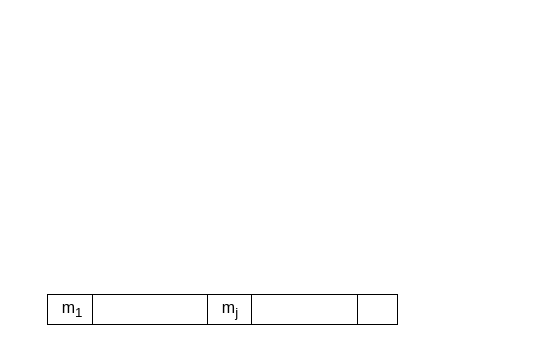
Before: Untitled Diagram.drawio in ServantEmiya/-, a draw.io diagram. Source tidied: cells renumbered, new cells numbered last; positions are measured from the earlier drawing's top-left corner, leaving out a move shared by most shapes. Both pictures are drawn from the tidied source at 100%, with x=0, y=0 at pixel (47, 294).
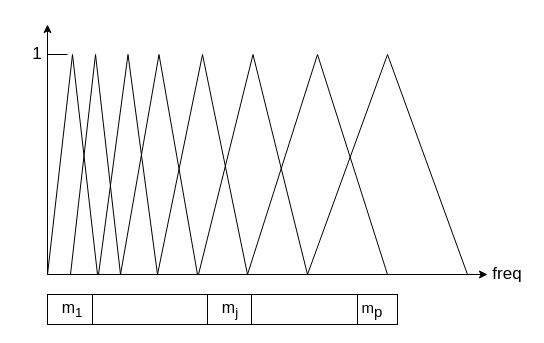
Above is the later version.

Unchanged cells that the change refers to:
```xml
<mxCell id="3" style="group;" parent="2" vertex="1">
  <mxGeometry width="350" height="30" as="geometry" />
</mxCell>
```

Change to the diagram source:
```diff
@@
-    <mxCell id="2" style="group;" parent="1" vertex="1">
+    <mxCell id="2" style="group;fontSize=16;" parent="1" vertex="1">
       <mxGeometry width="350" height="30" as="geometry" />
     </mxCell>
@@
-    <mxCell id="7" style="endArrow=none;html=1;fontSize=16;" parent="3" edge="1">
+    <mxCell id="7" style="endArrow=none;html=1;fontSize=15;" parent="3" edge="1">
       <mxGeometry relative="1" as="geometry">
         <mxPoint x="310" y="30" as="sourcePoint" />
         <mxPoint x="310" as="targetPoint" />
       </mxGeometry>
     </mxCell>
@@
+    <mxCell id="11" value="m&lt;sub style=&quot;font-size: 15px;&quot;&gt;p&lt;/sub&gt;" style="text;html=1;strokeColor=none;fillColor=none;align=center;verticalAlign=middle;whiteSpace=wrap;rounded=0;fontSize=15;" parent="3" vertex="1">
+      <mxGeometry x="305" y="5" width="40" height="20" as="geometry" />
+    </mxCell>
@@
+    <mxCell id="12" style="endArrow=classic;html=1;fontSize=15;" parent="1" edge="1">
+      <mxGeometry relative="1" as="geometry">
+        <mxPoint y="-20" as="sourcePoint" />
+        <mxPoint y="-270" as="targetPoint" />
+      </mxGeometry>
+    </mxCell>
+    <mxCell id="13" style="endArrow=classic;html=1;fontSize=15;" parent="1" edge="1">
+      <mxGeometry relative="1" as="geometry">
+        <mxPoint y="-20" as="sourcePoint" />
+        <mxPoint x="440" y="-20" as="targetPoint" />
+      </mxGeometry>
+    </mxCell>
+    <mxCell id="14" style="triangle;whiteSpace=wrap;html=1;fontSize=15;direction=north;fillColor=none;" parent="1" vertex="1">
+      <mxGeometry y="-240" width="50" height="220" as="geometry" />
+    </mxCell>
+    <mxCell id="15" style="endArrow=none;html=1;fontSize=15;" parent="1" edge="1">
+      <mxGeometry relative="1" as="geometry">
+        <mxPoint y="-240" as="sourcePoint" />
+        <mxPoint x="20" y="-240" as="targetPoint" />
+      </mxGeometry>
+    </mxCell>
+    <mxCell id="16" value="1" style="text;html=1;strokeColor=none;fillColor=none;align=center;verticalAlign=middle;whiteSpace=wrap;rounded=0;fontSize=17;" parent="1" vertex="1">
+      <mxGeometry x="-30" y="-250" width="40" height="20" as="geometry" />
+    </mxCell>
+    <mxCell id="17" style="triangle;whiteSpace=wrap;html=1;fontSize=15;direction=north;fillColor=none;" parent="1" vertex="1">
+      <mxGeometry x="23" y="-240" width="50" height="220" as="geometry" />
+    </mxCell>
+    <mxCell id="18" style="triangle;whiteSpace=wrap;html=1;fontSize=15;direction=north;fillColor=none;" parent="1" vertex="1">
+      <mxGeometry x="51" y="-240" width="59" height="220" as="geometry" />
+    </mxCell>
+    <mxCell id="19" style="triangle;whiteSpace=wrap;html=1;fontSize=15;direction=north;fillColor=none;" parent="1" vertex="1">
+      <mxGeometry x="73" y="-240" width="77" height="220" as="geometry" />
+    </mxCell>
+    <mxCell id="20" style="triangle;whiteSpace=wrap;html=1;fontSize=15;direction=north;fillColor=none;" parent="1" vertex="1">
+      <mxGeometry x="110" y="-240" width="90" height="220" as="geometry" />
+    </mxCell>
+    <mxCell id="21" style="triangle;whiteSpace=wrap;html=1;fontSize=15;direction=north;fillColor=none;" parent="1" vertex="1">
+      <mxGeometry x="151" y="-240" width="109" height="220" as="geometry" />
+    </mxCell>
+    <mxCell id="22" style="triangle;whiteSpace=wrap;html=1;fontSize=15;direction=north;fillColor=none;" parent="1" vertex="1">
+      <mxGeometry x="200" y="-240" width="140" height="220" as="geometry" />
+    </mxCell>
+    <mxCell id="23" style="triangle;whiteSpace=wrap;html=1;fontSize=15;direction=north;fillColor=none;" parent="1" vertex="1">
+      <mxGeometry x="260" y="-240" width="160" height="220" as="geometry" />
+    </mxCell>
+    <mxCell id="24" value="freq" style="text;html=1;strokeColor=none;fillColor=none;align=center;verticalAlign=middle;whiteSpace=wrap;rounded=0;fontSize=17;" parent="1" vertex="1">
+      <mxGeometry x="440" y="-30" width="40" height="20" as="geometry" />
+    </mxCell>
```
